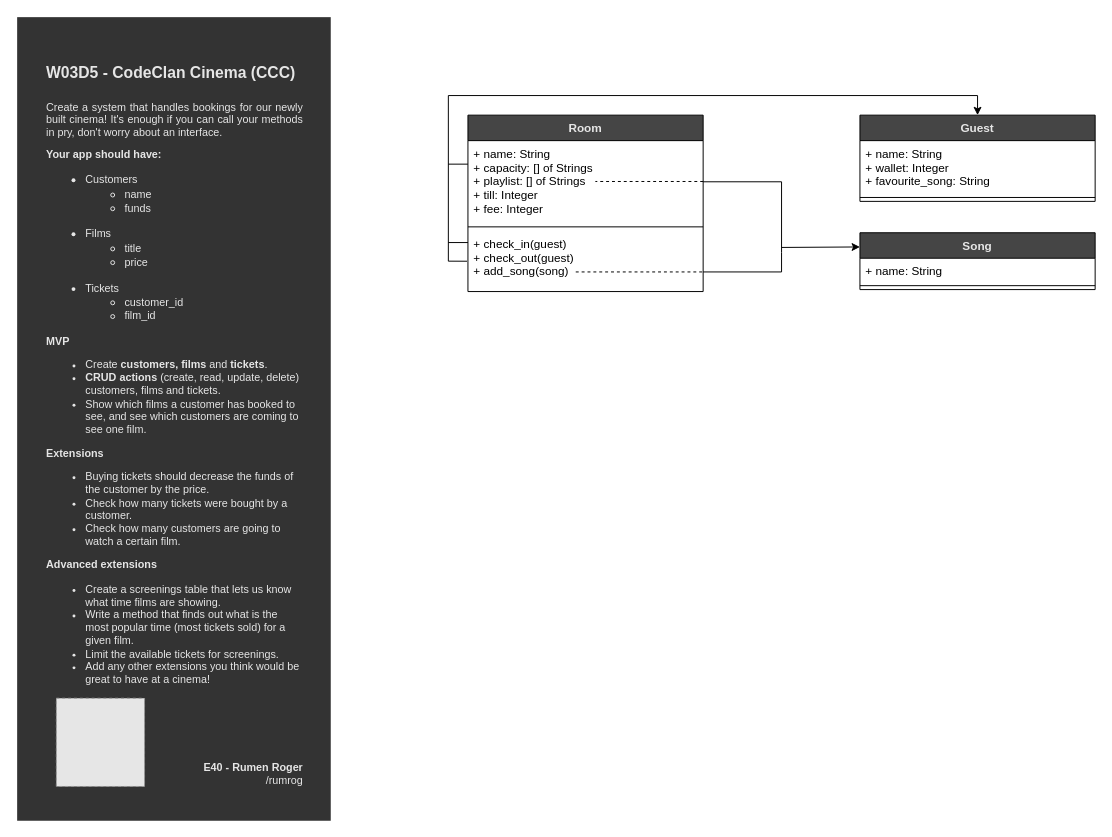
rumrog/w03d5_ruby_cinema keeps this draw.io diagram as cinema.drawio. Above is the earlier version. Source tidied: cells renumbered, new cells numbered last; positions are measured from the earlier drawing's top-left corner, leaving out a move shared by most shapes. Both pictures are drawn from the tidied source at 98%, with x=0, y=0 at pixel (17, 17). Pictures stored in the file or linked from it are replaced by grey dashed boxes.
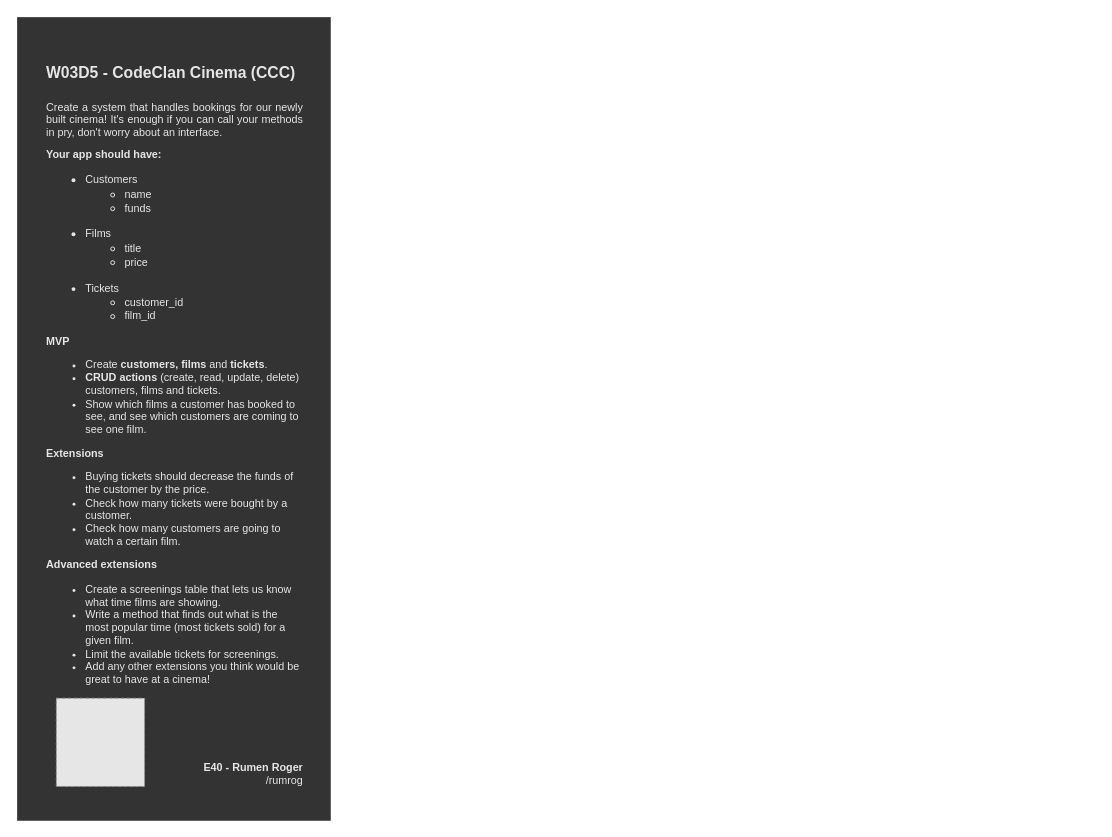
The same page after the edit.

The edit, as a diff of the source:
```diff
@@
-    <mxCell id="4" value="Guest" style="swimlane;fontStyle=1;align=center;verticalAlign=top;horizontal=1;startSize=26;rounded=0;shadow=0;glass=0;comic=0;fillColor=#454545;fontColor=#E6E6E6;" parent="1" vertex="1">
-      <mxGeometry x="860" y="100" width="240" height="88" as="geometry" />
-    </mxCell>
-    <mxCell id="5" value="+ name: String&#10;+ wallet: Integer&#10;+ favourite_song: String" style="text;strokeColor=none;fillColor=none;align=left;verticalAlign=top;spacingLeft=4;spacingRight=4;overflow=hidden;" parent="4" vertex="1">
-      <mxGeometry y="26" width="240" height="54" as="geometry" />
-    </mxCell>
-    <mxCell id="6" style="line;strokeWidth=1;fillColor=none;align=left;verticalAlign=middle;spacingTop=-1;spacingLeft=3;spacingRight=3;labelPosition=right;" parent="4" vertex="1">
-      <mxGeometry y="80" width="240" height="8" as="geometry" />
-    </mxCell>
-    <mxCell id="7" value="Song" style="swimlane;fontStyle=1;align=center;verticalAlign=top;horizontal=1;startSize=26;rounded=0;shadow=0;glass=0;comic=0;fillColor=#454545;fontColor=#E6E6E6;" parent="1" vertex="1">
-      <mxGeometry x="860" y="220" width="240" height="58" as="geometry" />
-    </mxCell>
-    <mxCell id="8" value="+ name: String" style="text;strokeColor=none;fillColor=none;align=left;verticalAlign=top;spacingLeft=4;spacingRight=4;overflow=hidden;" parent="7" vertex="1">
-      <mxGeometry y="26" width="240" height="24" as="geometry" />
-    </mxCell>
-    <mxCell id="9" style="line;strokeWidth=1;fillColor=none;align=left;verticalAlign=middle;spacingTop=-1;spacingLeft=3;spacingRight=3;labelPosition=right;" parent="7" vertex="1">
-      <mxGeometry y="50" width="240" height="8" as="geometry" />
-    </mxCell>
-    <mxCell id="10" value="Room" style="swimlane;fontStyle=1;align=center;verticalAlign=top;horizontal=1;startSize=26;rounded=0;shadow=0;glass=0;comic=0;fillColor=#454545;fontColor=#E6E6E6;" parent="1" vertex="1">
-      <mxGeometry x="460" y="100" width="240" height="180" as="geometry" />
-    </mxCell>
-    <mxCell id="11" value="+ name: String&#10;+ capacity: [] of Strings&#10;+ playlist: [] of Strings&#10;+ till: Integer&#10;+ fee: Integer" style="text;strokeColor=none;fillColor=none;align=left;verticalAlign=top;spacingLeft=4;spacingRight=4;overflow=hidden;points=[[0,0.5],[1,0.5]];portConstraint=eastwest;" parent="10" vertex="1">
-      <mxGeometry y="26" width="240" height="84" as="geometry" />
-    </mxCell>
-    <mxCell id="12" style="endArrow=none;dashed=1;html=1;" parent="10" edge="1">
-      <mxGeometry relative="1" as="geometry">
-        <mxPoint x="240" y="67.7" as="sourcePoint" />
-        <mxPoint x="130" y="67.7" as="targetPoint" />
-      </mxGeometry>
-    </mxCell>
-    <mxCell id="13" style="line;strokeWidth=1;fillColor=none;align=left;verticalAlign=middle;spacingTop=-1;spacingLeft=3;spacingRight=3;labelPosition=right;" parent="10" vertex="1">
-      <mxGeometry y="110" width="240" height="8" as="geometry" />
-    </mxCell>
-    <mxCell id="14" value="+ check_in(guest)&#10;+ check_out(guest)&#10;+ add_song(song)" style="text;strokeColor=none;fillColor=none;align=left;verticalAlign=top;spacingLeft=4;spacingRight=4;overflow=hidden;points=[[0,0.5],[1,0.5]];portConstraint=eastwest;" parent="10" vertex="1">
-      <mxGeometry y="118" width="240" height="62" as="geometry" />
-    </mxCell>
-    <mxCell id="15" style="endArrow=none;dashed=1;html=1;" parent="10" edge="1">
-      <mxGeometry relative="1" as="geometry">
-        <mxPoint x="110" y="160" as="sourcePoint" />
-        <mxPoint x="240" y="160" as="targetPoint" />
-      </mxGeometry>
-    </mxCell>
@@
-    <mxCell id="17" style="endArrow=classic;html=1;entryX=0;entryY=0.25;entryDx=0;entryDy=0;" parent="1" edge="1" target="7">
-      <mxGeometry relative="1" as="geometry">
-        <mxPoint x="780" y="235" as="sourcePoint" />
-      </mxGeometry>
-    </mxCell>
-    <mxCell id="18" style="endArrow=none;html=1;exitX=1;exitY=0.5;exitDx=0;exitDy=0;rounded=0;" parent="1" edge="1" source="11">
-      <mxGeometry relative="1" as="geometry">
-        <mxPoint x="780" y="240" as="targetPoint" />
-        <Array as="points">
-          <mxPoint x="780" y="168" />
-        </Array>
-      </mxGeometry>
-    </mxCell>
-    <mxCell id="19" style="endArrow=none;html=1;rounded=0;" parent="1" edge="1">
-      <mxGeometry relative="1" as="geometry">
-        <mxPoint x="700" y="260" as="sourcePoint" />
-        <mxPoint x="780" y="240" as="targetPoint" />
-        <Array as="points">
-          <mxPoint x="780" y="260" />
-        </Array>
-      </mxGeometry>
-    </mxCell>
-    <mxCell id="20" style="endArrow=none;html=1;rounded=0;entryX=-0.004;entryY=0.501;entryDx=0;entryDy=0;entryPerimeter=0;" parent="1" edge="1" target="14">
-      <mxGeometry relative="1" as="geometry">
-        <mxPoint x="980" y="80" as="sourcePoint" />
-        <Array as="points">
-          <mxPoint x="440" y="80" />
-          <mxPoint x="440" y="249" />
-        </Array>
-      </mxGeometry>
-    </mxCell>
-    <mxCell id="21" style="endArrow=classic;html=1;entryX=0.5;entryY=0;entryDx=0;entryDy=0;" parent="1" edge="1" target="4">
-      <mxGeometry relative="1" as="geometry">
-        <mxPoint x="980" y="80" as="sourcePoint" />
-      </mxGeometry>
-    </mxCell>
-    <mxCell id="22" style="endArrow=none;html=1;" parent="1" edge="1">
-      <mxGeometry relative="1" as="geometry">
-        <mxPoint x="440" y="230" as="sourcePoint" />
-        <mxPoint x="460" y="230" as="targetPoint" />
-      </mxGeometry>
-    </mxCell>
-    <mxCell id="23" style="endArrow=none;html=1;" parent="1" edge="1">
-      <mxGeometry relative="1" as="geometry">
-        <mxPoint x="440" y="150" as="sourcePoint" />
-        <mxPoint x="460" y="150" as="targetPoint" />
-      </mxGeometry>
-    </mxCell>
```
